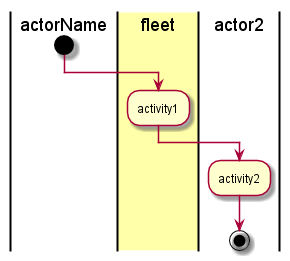
This is docs/UseCases/Manage-Hardware/Activities.png from CAADE/fleet, a PlantUML export, as it was before one commit.
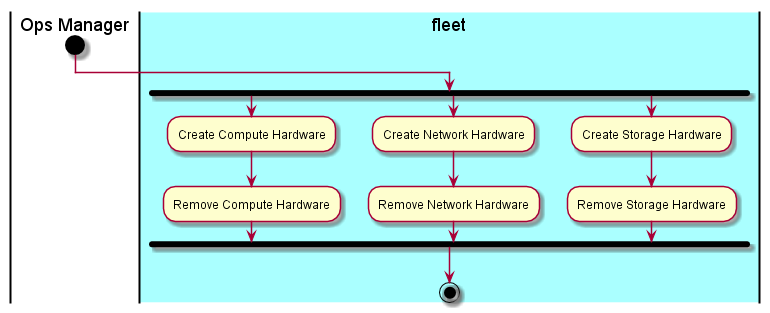
After the change.

Change to the diagram source:
```diff
@@ -1,9 +1,17 @@
 @startuml
-|actorName|
+|Ops Manager|
 start
-|#ffffaa|fleet|
-:activity1;
-|actor2|
-:activity2;
+|#aaffff|fleet|
+fork
+:Create Compute Hardware;
+:Remove Compute Hardware;
+fork again
+:Create Network Hardware;
+:Remove Network Hardware;
+fork again
+:Create Storage Hardware;
+:Remove Storage Hardware;
+fork end
+
 stop
 @enduml
```
